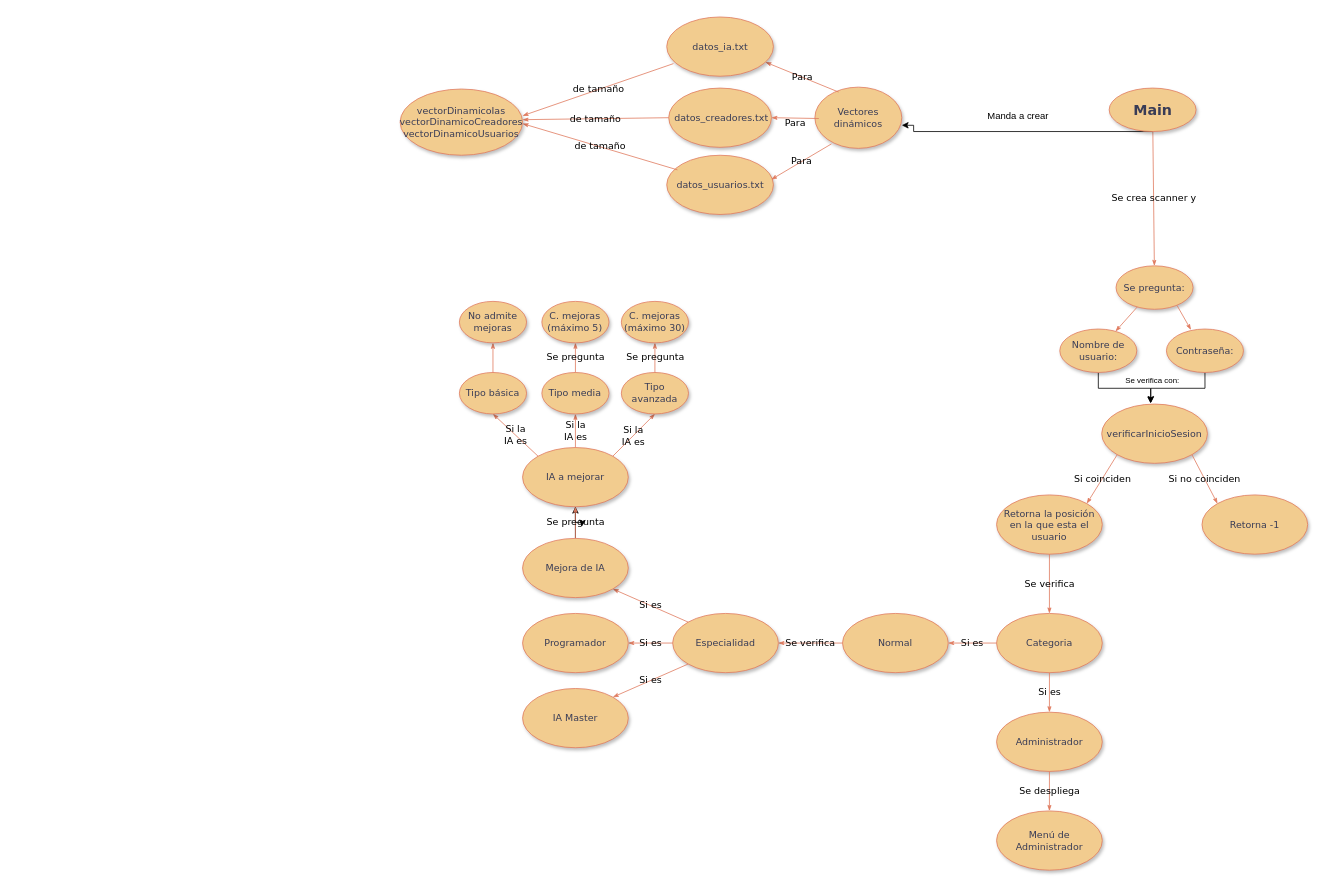
This is TallerPrograAvanzada.drawio from Charmandiox9/TallerPrograAvanzada, a draw.io file, before an edit. Source tidied: cells renumbered, new cells numbered last; positions are measured from the earlier drawing's top-left corner, leaving out a move shared by most shapes. Both pictures are drawn from the tidied source at 79%, with x=0, y=0 at pixel (400, 17).
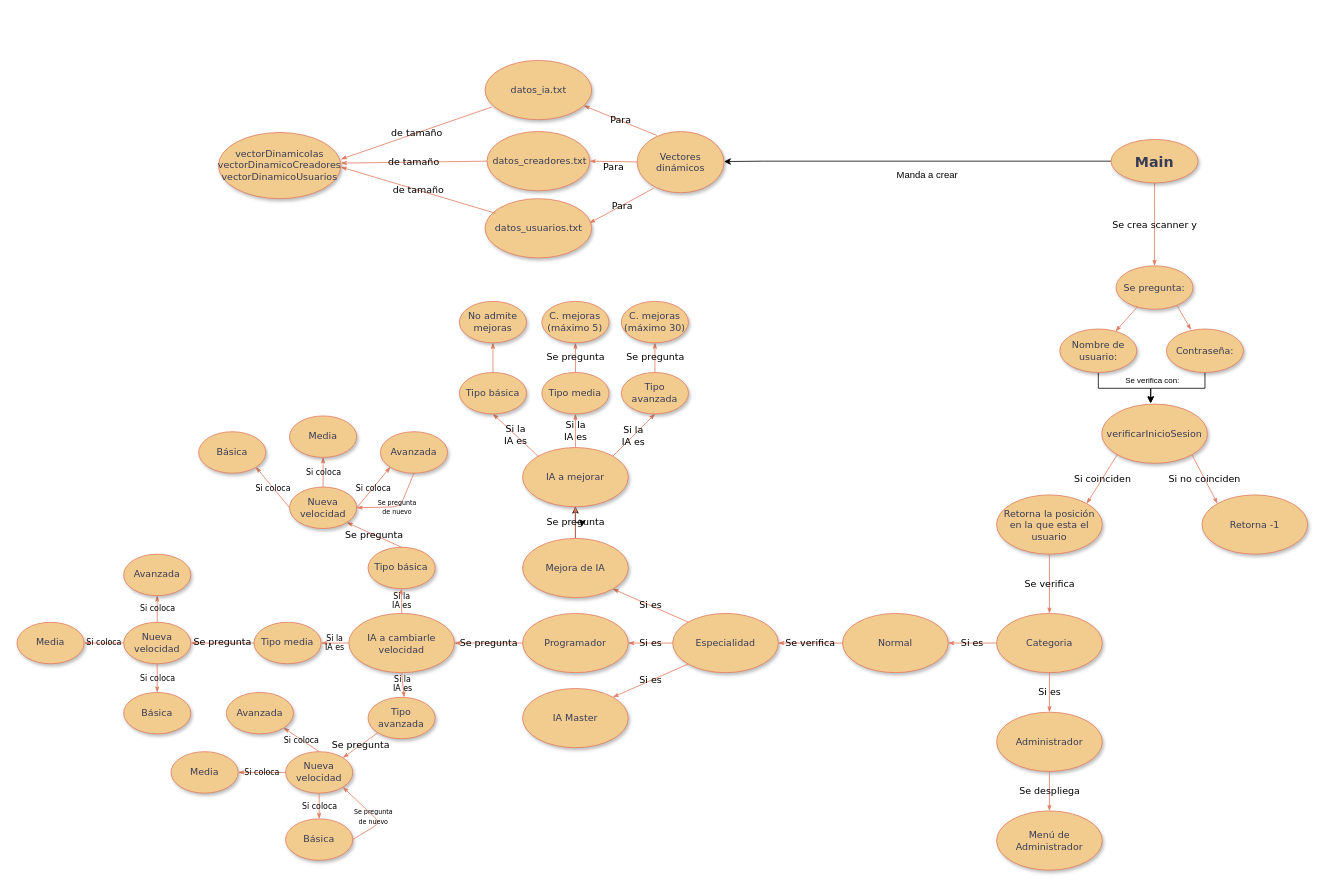
After the change.

The change refers to these unchanged cells:
```xml
<mxCell id="45" value="Programador" style="ellipse;whiteSpace=wrap;html=1;rounded=1;shadow=1;comic=0;labelBackgroundColor=none;strokeWidth=1;fontFamily=Verdana;fontSize=12;align=center;fillColor=#F2CC8F;strokeColor=#E07A5F;fontColor=#393C56;" parent="1" vertex="1">
  <mxGeometry x="155" y="755" width="133.8" height="75" as="geometry" />
</mxCell>
```

The edit, as a diff of the source:
```diff
@@
-    <mxCell id="3" style="edgeStyle=orthogonalEdgeStyle;rounded=0;jettySize=auto;html=1;entryX=1;entryY=0.623;entryDx=0;entryDy=0;entryPerimeter=0;" parent="1" edge="1" source="4" target="6">
+    <mxCell id="3" style="edgeStyle=orthogonalEdgeStyle;rounded=0;jettySize=auto;html=1;" parent="1" edge="1" source="4">
       <mxGeometry relative="1" as="geometry">
+        <mxPoint x="410" y="183" as="targetPoint" />
         <Array as="points">
-          <mxPoint x="650" y="145" />
-          <mxPoint x="650" y="137" />
+          <mxPoint x="460" y="183" />
+          <mxPoint x="460" y="183" />
         </Array>
       </mxGeometry>
     </mxCell>
     <mxCell id="4" value="&lt;font style=&quot;font-size: 18px;&quot;&gt;&lt;b&gt;Main&lt;/b&gt;&lt;/font&gt;" style="ellipse;whiteSpace=wrap;html=1;rounded=1;shadow=1;comic=0;labelBackgroundColor=none;strokeWidth=1;fontFamily=Verdana;fontSize=12;align=center;fillColor=#F2CC8F;strokeColor=#E07A5F;fontColor=#393C56;" parent="1" vertex="1">
-      <mxGeometry x="897.5" y="90" width="110" height="55" as="geometry" />
+      <mxGeometry x="900" y="155" width="110" height="55" as="geometry" />
     </mxCell>
@@
     <mxCell id="6" value="Vectores dinámicos" style="ellipse;whiteSpace=wrap;html=1;rounded=1;shadow=1;comic=0;labelBackgroundColor=none;strokeWidth=1;fontFamily=Verdana;fontSize=12;align=center;fillColor=#F2CC8F;strokeColor=#E07A5F;fontColor=#393C56;" parent="1" vertex="1">
-      <mxGeometry x="525" y="88.8" width="110" height="77.5" as="geometry" />
+      <mxGeometry x="300" y="145" width="110" height="77.5" as="geometry" />
     </mxCell>
     <mxCell id="7" value="Para" style="edgeStyle=none;rounded=1;html=1;labelBackgroundColor=none;startArrow=none;startFill=0;startSize=5;endArrow=classicThin;endFill=1;endSize=5;jettySize=auto;strokeColor=#E07A5F;strokeWidth=1;fontFamily=Verdana;fontSize=12;fontColor=default;entryX=0.926;entryY=0.763;entryDx=0;entryDy=0;entryPerimeter=0;" parent="1" edge="1" target="8">
       <mxGeometry relative="1" as="geometry">
-        <mxPoint x="555" y="95" as="sourcePoint" />
+        <mxPoint x="325" y="150" as="sourcePoint" />
       </mxGeometry>
     </mxCell>
     <mxCell id="8" value="datos_ia.txt" style="ellipse;whiteSpace=wrap;html=1;rounded=1;shadow=1;comic=0;labelBackgroundColor=none;strokeWidth=1;fontFamily=Verdana;fontSize=12;align=center;fillColor=#F2CC8F;strokeColor=#E07A5F;fontColor=#393C56;" parent="1" vertex="1">
-      <mxGeometry x="337.5" width="135" height="75" as="geometry" />
+      <mxGeometry x="107.5" y="55" width="135" height="75" as="geometry" />
     </mxCell>
     <mxCell id="9" value="&amp;nbsp;datos_creadores.txt" style="ellipse;whiteSpace=wrap;html=1;rounded=1;shadow=1;comic=0;labelBackgroundColor=none;strokeWidth=1;fontFamily=Verdana;fontSize=12;align=center;fillColor=#F2CC8F;strokeColor=#E07A5F;fontColor=#393C56;" parent="1" vertex="1">
-      <mxGeometry x="340" y="90" width="130" height="75" as="geometry" />
+      <mxGeometry x="110" y="145" width="130" height="75" as="geometry" />
     </mxCell>
     <mxCell id="10" value="datos_usuarios.txt" style="ellipse;whiteSpace=wrap;html=1;rounded=1;shadow=1;comic=0;labelBackgroundColor=none;strokeWidth=1;fontFamily=Verdana;fontSize=12;align=center;fillColor=#F2CC8F;strokeColor=#E07A5F;fontColor=#393C56;" parent="1" vertex="1">
-      <mxGeometry x="337.5" y="175" width="135" height="75" as="geometry" />
+      <mxGeometry x="107.5" y="230" width="135" height="75" as="geometry" />
     </mxCell>
     <mxCell id="11" value="Para" style="edgeStyle=none;rounded=1;html=1;labelBackgroundColor=none;startArrow=none;startFill=0;startSize=5;endArrow=classicThin;endFill=1;endSize=5;jettySize=auto;strokeColor=#E07A5F;strokeWidth=1;fontFamily=Verdana;fontSize=12;fontColor=default;entryX=1;entryY=0.5;entryDx=0;entryDy=0;" parent="1" edge="1" target="9">
       <mxGeometry y="7" relative="1" as="geometry">
-        <mxPoint x="530" y="128.5" as="sourcePoint" />
+        <mxPoint x="300" y="183.5" as="sourcePoint" />
       </mxGeometry>
     </mxCell>
     <mxCell id="12" value="Manda a crear" style="text;strokeColor=none;align=center;fillColor=none;html=1;verticalAlign=middle;whiteSpace=wrap;rounded=0;" parent="1" vertex="1">
-      <mxGeometry x="730" y="100" width="105" height="50" as="geometry" />
+      <mxGeometry x="615" y="175" width="105" height="50" as="geometry" />
     </mxCell>
@@
     <mxCell id="14" value="de tamaño" style="edgeStyle=none;rounded=1;html=1;labelBackgroundColor=none;startArrow=none;startFill=0;startSize=5;endArrow=classicThin;endFill=1;endSize=5;jettySize=auto;strokeColor=#E07A5F;strokeWidth=1;fontFamily=Verdana;fontSize=12;fontColor=default;exitX=0.1;exitY=0.247;exitDx=0;exitDy=0;exitPerimeter=0;" parent="1" edge="1" source="10">
       <mxGeometry relative="1" as="geometry">
-        <mxPoint x="155" y="135" as="targetPoint" />
+        <mxPoint x="-75" y="190" as="targetPoint" />
       </mxGeometry>
     </mxCell>
     <mxCell id="15" value="de tamaño" style="edgeStyle=none;rounded=1;html=1;labelBackgroundColor=none;startArrow=none;startFill=0;startSize=5;endArrow=classicThin;endFill=1;endSize=5;jettySize=auto;strokeColor=#E07A5F;strokeWidth=1;fontFamily=Verdana;fontSize=12;fontColor=default;exitX=0;exitY=0.5;exitDx=0;exitDy=0;" parent="1" edge="1" source="9">
       <mxGeometry relative="1" as="geometry">
-        <mxPoint x="155" y="130" as="targetPoint" />
+        <mxPoint x="-75" y="185" as="targetPoint" />
       </mxGeometry>
     </mxCell>
     <mxCell id="16" value="de tamaño" style="edgeStyle=none;rounded=1;html=1;labelBackgroundColor=none;startArrow=none;startFill=0;startSize=5;endArrow=classicThin;endFill=1;endSize=5;jettySize=auto;orthogonalLoop=1;strokeColor=#E07A5F;strokeWidth=1;fontFamily=Verdana;fontSize=12;fontColor=default;exitX=0.1;exitY=0.247;exitDx=0;exitDy=0;exitPerimeter=0;" parent="1" edge="1">
       <mxGeometry relative="1" as="geometry">
-        <mxPoint x="346" y="59" as="sourcePoint" />
-        <mxPoint x="155" y="125" as="targetPoint" />
+        <mxPoint x="116" y="114" as="sourcePoint" />
+        <mxPoint x="-75" y="180" as="targetPoint" />
       </mxGeometry>
     </mxCell>
     <mxCell id="17" value="vectorDinamicoIas&lt;br&gt;vectorDinamicoCreadores&lt;br&gt;vectorDinamicoUsuarios" style="ellipse;whiteSpace=wrap;html=1;rounded=1;shadow=1;comic=0;labelBackgroundColor=none;strokeWidth=1;fontFamily=Verdana;fontSize=12;align=center;fillColor=#F2CC8F;strokeColor=#E07A5F;fontColor=#393C56;" parent="1" vertex="1">
-      <mxGeometry y="91.2" width="155" height="83.8" as="geometry" />
+      <mxGeometry x="-230" y="146.2" width="155" height="83.8" as="geometry" />
     </mxCell>
@@
+    <mxCell id="62" value="Se pregunta" style="edgeStyle=none;rounded=1;html=1;labelBackgroundColor=none;startArrow=none;startFill=0;startSize=5;endArrow=classicThin;endFill=1;endSize=5;jettySize=auto;strokeColor=#E07A5F;strokeWidth=1;fontFamily=Verdana;fontSize=12;fontColor=default;exitX=0;exitY=0.5;exitDx=0;exitDy=0;entryX=1;entryY=0.5;entryDx=0;entryDy=0;" parent="1" edge="1" source="45" target="63">
+      <mxGeometry x="-0.01" relative="1" as="geometry" />
+    </mxCell>
+    <mxCell id="63" value="IA a cambiarle velocidad" style="ellipse;whiteSpace=wrap;html=1;rounded=1;shadow=1;comic=0;labelBackgroundColor=none;strokeWidth=1;fontFamily=Verdana;fontSize=12;align=center;fillColor=#F2CC8F;strokeColor=#E07A5F;fontColor=#393C56;" parent="1" vertex="1">
+      <mxGeometry x="-65" y="755" width="133.8" height="75" as="geometry" />
+    </mxCell>
+    <mxCell id="64" value="Tipo básica" style="ellipse;whiteSpace=wrap;html=1;rounded=1;shadow=1;comic=0;labelBackgroundColor=none;strokeWidth=1;fontFamily=Verdana;fontSize=12;align=center;fillColor=#F2CC8F;strokeColor=#E07A5F;fontColor=#393C56;" parent="1" vertex="1">
+      <mxGeometry x="-40.6" y="671.2" width="85" height="52.5" as="geometry" />
+    </mxCell>
+    <mxCell id="65" value="Tipo media" style="ellipse;whiteSpace=wrap;html=1;rounded=1;shadow=1;comic=0;labelBackgroundColor=none;strokeWidth=1;fontFamily=Verdana;fontSize=12;align=center;fillColor=#F2CC8F;strokeColor=#E07A5F;fontColor=#393C56;" parent="1" vertex="1">
+      <mxGeometry x="-185" y="766.2" width="85" height="52.5" as="geometry" />
+    </mxCell>
+    <mxCell id="66" value="Tipo avanzada" style="ellipse;whiteSpace=wrap;html=1;rounded=1;shadow=1;comic=0;labelBackgroundColor=none;strokeWidth=1;fontFamily=Verdana;fontSize=12;align=center;fillColor=#F2CC8F;strokeColor=#E07A5F;fontColor=#393C56;" parent="1" vertex="1">
+      <mxGeometry x="-40.6" y="861.2" width="85" height="52.5" as="geometry" />
+    </mxCell>
+    <mxCell id="67" value="&lt;font style=&quot;font-size: 10px;&quot;&gt;Si la &lt;br style=&quot;font-size: 10px;&quot;&gt;IA es&lt;/font&gt;" style="edgeStyle=none;rounded=1;html=1;labelBackgroundColor=none;startArrow=none;startFill=0;startSize=5;endArrow=classicThin;endFill=1;endSize=5;jettySize=auto;strokeColor=#E07A5F;strokeWidth=1;fontFamily=Verdana;fontSize=10;fontColor=default;exitX=0.5;exitY=0;exitDx=0;exitDy=0;entryX=0.5;entryY=1;entryDx=0;entryDy=0;" parent="1" edge="1" source="63" target="64">
+      <mxGeometry relative="1" as="geometry">
+        <Array as="points">
+          <mxPoint x="1.7" y="725" />
+        </Array>
+      </mxGeometry>
+    </mxCell>
+    <mxCell id="68" value="&lt;font style=&quot;font-size: 10px;&quot;&gt;Si la &lt;br style=&quot;font-size: 10px;&quot;&gt;IA es&lt;/font&gt;" style="edgeStyle=none;rounded=1;html=1;labelBackgroundColor=none;startArrow=none;startFill=0;startSize=5;endArrow=classicThin;endFill=1;endSize=5;jettySize=auto;strokeColor=#E07A5F;strokeWidth=1;fontFamily=Verdana;fontSize=10;fontColor=default;entryX=1;entryY=0.5;entryDx=0;entryDy=0;exitX=0;exitY=0.5;exitDx=0;exitDy=0;" parent="1" edge="1" source="63" target="65">
+      <mxGeometry relative="1" as="geometry" />
+    </mxCell>
+    <mxCell id="69" value="&lt;font style=&quot;font-size: 10px;&quot;&gt;Si la &lt;br style=&quot;font-size: 10px;&quot;&gt;IA es&lt;/font&gt;" style="edgeStyle=none;rounded=1;html=1;labelBackgroundColor=none;startArrow=none;startFill=0;startSize=5;endArrow=classicThin;endFill=1;endSize=5;jettySize=auto;strokeColor=#E07A5F;strokeWidth=1;fontFamily=Verdana;fontSize=10;fontColor=default;exitX=0.5;exitY=1;exitDx=0;exitDy=0;" parent="1" edge="1" source="63" target="66">
+      <mxGeometry x="-0.14" relative="1" as="geometry" />
+    </mxCell>
+    <mxCell id="70" value="Se pregunta" style="edgeStyle=none;rounded=1;html=1;labelBackgroundColor=none;startArrow=none;startFill=0;startSize=5;endArrow=classicThin;endFill=1;endSize=5;jettySize=auto;strokeColor=#E07A5F;strokeWidth=1;fontFamily=Verdana;fontSize=12;fontColor=default;exitX=0.5;exitY=0;exitDx=0;exitDy=0;entryX=1;entryY=1;entryDx=0;entryDy=0;" parent="1" edge="1" source="64" target="71">
+      <mxGeometry x="-0.01" relative="1" as="geometry" />
+    </mxCell>
+    <mxCell id="71" value="Nueva velocidad" style="ellipse;whiteSpace=wrap;html=1;rounded=1;shadow=1;comic=0;labelBackgroundColor=none;strokeWidth=1;fontFamily=Verdana;fontSize=12;align=center;fillColor=#F2CC8F;strokeColor=#E07A5F;fontColor=#393C56;" parent="1" vertex="1">
+      <mxGeometry x="-140" y="595" width="85" height="52.5" as="geometry" />
+    </mxCell>
+    <mxCell id="72" value="Si coloca" style="edgeStyle=none;rounded=1;html=1;labelBackgroundColor=none;startArrow=none;startFill=0;startSize=5;endArrow=classicThin;endFill=1;endSize=5;jettySize=auto;strokeColor=#E07A5F;strokeWidth=1;fontFamily=Verdana;fontSize=10;fontColor=default;exitX=0;exitY=0.5;exitDx=0;exitDy=0;entryX=1;entryY=1;entryDx=0;entryDy=0;" parent="1" edge="1" source="71" target="75">
+      <mxGeometry relative="1" as="geometry" />
+    </mxCell>
+    <mxCell id="73" value="Si coloca" style="edgeStyle=none;rounded=1;html=1;labelBackgroundColor=none;startArrow=none;startFill=0;startSize=5;endArrow=classicThin;endFill=1;endSize=5;jettySize=auto;strokeColor=#E07A5F;strokeWidth=1;fontFamily=Verdana;fontSize=10;fontColor=default;exitX=0.5;exitY=0;exitDx=0;exitDy=0;entryX=0.5;entryY=1;entryDx=0;entryDy=0;" parent="1" edge="1" source="71" target="77">
+      <mxGeometry relative="1" as="geometry" />
+    </mxCell>
+    <mxCell id="74" value="Si coloca" style="edgeStyle=none;rounded=1;html=1;labelBackgroundColor=none;startArrow=none;startFill=0;startSize=5;endArrow=classicThin;endFill=1;endSize=5;jettySize=auto;strokeColor=#E07A5F;strokeWidth=1;fontFamily=Verdana;fontSize=10;fontColor=default;exitX=1;exitY=0.5;exitDx=0;exitDy=0;entryX=0;entryY=1;entryDx=0;entryDy=0;" parent="1" edge="1" source="71" target="76">
+      <mxGeometry relative="1" as="geometry" />
+    </mxCell>
+    <mxCell id="75" value="Básica" style="ellipse;whiteSpace=wrap;html=1;rounded=1;shadow=1;comic=0;labelBackgroundColor=none;strokeWidth=1;fontFamily=Verdana;fontSize=12;align=center;fillColor=#F2CC8F;strokeColor=#E07A5F;fontColor=#393C56;" parent="1" vertex="1">
+      <mxGeometry x="-255" y="525" width="85" height="52.5" as="geometry" />
+    </mxCell>
+    <mxCell id="76" value="Avanzada" style="ellipse;whiteSpace=wrap;html=1;rounded=1;shadow=1;comic=0;labelBackgroundColor=none;strokeWidth=1;fontFamily=Verdana;fontSize=12;align=center;fillColor=#F2CC8F;strokeColor=#E07A5F;fontColor=#393C56;" parent="1" vertex="1">
+      <mxGeometry x="-25" y="525" width="85" height="52.5" as="geometry" />
+    </mxCell>
+    <mxCell id="77" value="Media" style="ellipse;whiteSpace=wrap;html=1;rounded=1;shadow=1;comic=0;labelBackgroundColor=none;strokeWidth=1;fontFamily=Verdana;fontSize=12;align=center;fillColor=#F2CC8F;strokeColor=#E07A5F;fontColor=#393C56;" parent="1" vertex="1">
+      <mxGeometry x="-140" y="505" width="85" height="52.5" as="geometry" />
+    </mxCell>
+    <mxCell id="78" value="&lt;font style=&quot;font-size: 8px;&quot;&gt;Se pregunta &lt;br&gt;de nuevo&lt;/font&gt;" style="edgeStyle=none;rounded=1;html=1;labelBackgroundColor=none;startArrow=none;startFill=0;startSize=5;endArrow=classicThin;endFill=1;endSize=5;jettySize=auto;strokeColor=#E07A5F;strokeWidth=1;fontFamily=Verdana;fontSize=10;fontColor=default;exitX=0.5;exitY=1;exitDx=0;exitDy=0;entryX=1;entryY=0.5;entryDx=0;entryDy=0;" parent="1" edge="1" source="76" target="71">
+      <mxGeometry relative="1" as="geometry">
+        <Array as="points">
+          <mxPoint y="620" />
+        </Array>
+      </mxGeometry>
+    </mxCell>
+    <mxCell id="79" value="Se pregunta" style="edgeStyle=none;rounded=1;html=1;labelBackgroundColor=none;startArrow=none;startFill=0;startSize=5;endArrow=classicThin;endFill=1;endSize=5;jettySize=auto;strokeColor=#E07A5F;strokeWidth=1;fontFamily=Verdana;fontSize=12;fontColor=default;exitX=0;exitY=0.5;exitDx=0;exitDy=0;entryX=1;entryY=0.5;entryDx=0;entryDy=0;" parent="1" edge="1" source="65" target="80">
+      <mxGeometry x="-0.01" relative="1" as="geometry" />
+    </mxCell>
+    <mxCell id="80" value="Nueva velocidad" style="ellipse;whiteSpace=wrap;html=1;rounded=1;shadow=1;comic=0;labelBackgroundColor=none;strokeWidth=1;fontFamily=Verdana;fontSize=12;align=center;fillColor=#F2CC8F;strokeColor=#E07A5F;fontColor=#393C56;" parent="1" vertex="1">
+      <mxGeometry x="-350" y="766.2" width="85" height="52.5" as="geometry" />
+    </mxCell>
+    <mxCell id="81" value="Si coloca" style="edgeStyle=none;rounded=1;html=1;labelBackgroundColor=none;startArrow=none;startFill=0;startSize=5;endArrow=classicThin;endFill=1;endSize=5;jettySize=auto;strokeColor=#E07A5F;strokeWidth=1;fontFamily=Verdana;fontSize=10;fontColor=default;exitX=0.5;exitY=1;exitDx=0;exitDy=0;entryX=0.5;entryY=0;entryDx=0;entryDy=0;" parent="1" edge="1" source="80" target="86">
+      <mxGeometry relative="1" as="geometry" />
+    </mxCell>
+    <mxCell id="82" value="Si coloca" style="edgeStyle=none;rounded=1;html=1;labelBackgroundColor=none;startArrow=none;startFill=0;startSize=5;endArrow=classicThin;endFill=1;endSize=5;jettySize=auto;strokeColor=#E07A5F;strokeWidth=1;fontFamily=Verdana;fontSize=10;fontColor=default;exitX=0;exitY=0.5;exitDx=0;exitDy=0;entryX=1;entryY=0.5;entryDx=0;entryDy=0;" parent="1" edge="1" source="80" target="85">
+      <mxGeometry relative="1" as="geometry" />
+    </mxCell>
+    <mxCell id="83" value="Si coloca" style="edgeStyle=none;rounded=1;html=1;labelBackgroundColor=none;startArrow=none;startFill=0;startSize=5;endArrow=classicThin;endFill=1;endSize=5;jettySize=auto;strokeColor=#E07A5F;strokeWidth=1;fontFamily=Verdana;fontSize=10;fontColor=default;exitX=0.5;exitY=0;exitDx=0;exitDy=0;entryX=0.5;entryY=1;entryDx=0;entryDy=0;" parent="1" edge="1" source="80" target="84">
+      <mxGeometry relative="1" as="geometry" />
+    </mxCell>
+    <mxCell id="84" value="Avanzada" style="ellipse;whiteSpace=wrap;html=1;rounded=1;shadow=1;comic=0;labelBackgroundColor=none;strokeWidth=1;fontFamily=Verdana;fontSize=12;align=center;fillColor=#F2CC8F;strokeColor=#E07A5F;fontColor=#393C56;" parent="1" vertex="1">
+      <mxGeometry x="-350" y="680" width="85" height="52.5" as="geometry" />
+    </mxCell>
+    <mxCell id="85" value="Media" style="ellipse;whiteSpace=wrap;html=1;rounded=1;shadow=1;comic=0;labelBackgroundColor=none;strokeWidth=1;fontFamily=Verdana;fontSize=12;align=center;fillColor=#F2CC8F;strokeColor=#E07A5F;fontColor=#393C56;" parent="1" vertex="1">
+      <mxGeometry x="-485" y="766.2" width="85" height="52.5" as="geometry" />
+    </mxCell>
+    <mxCell id="86" value="Básica" style="ellipse;whiteSpace=wrap;html=1;rounded=1;shadow=1;comic=0;labelBackgroundColor=none;strokeWidth=1;fontFamily=Verdana;fontSize=12;align=center;fillColor=#F2CC8F;strokeColor=#E07A5F;fontColor=#393C56;" parent="1" vertex="1">
+      <mxGeometry x="-350" y="855" width="85" height="52.5" as="geometry" />
+    </mxCell>
+    <mxCell id="87" value="Se pregunta" style="edgeStyle=none;rounded=1;html=1;labelBackgroundColor=none;startArrow=none;startFill=0;startSize=5;endArrow=classicThin;endFill=1;endSize=5;jettySize=auto;strokeColor=#E07A5F;strokeWidth=1;fontFamily=Verdana;fontSize=12;fontColor=default;exitX=0;exitY=1;exitDx=0;exitDy=0;entryX=1;entryY=0;entryDx=0;entryDy=0;" parent="1" edge="1" source="66" target="88">
+      <mxGeometry x="-0.01" relative="1" as="geometry" />
+    </mxCell>
+    <mxCell id="88" value="Nueva velocidad" style="ellipse;whiteSpace=wrap;html=1;rounded=1;shadow=1;comic=0;labelBackgroundColor=none;strokeWidth=1;fontFamily=Verdana;fontSize=12;align=center;fillColor=#F2CC8F;strokeColor=#E07A5F;fontColor=#393C56;" parent="1" vertex="1">
+      <mxGeometry x="-145" y="930" width="85" height="52.5" as="geometry" />
+    </mxCell>
+    <mxCell id="89" value="Si coloca" style="edgeStyle=none;rounded=1;html=1;labelBackgroundColor=none;startArrow=none;startFill=0;startSize=5;endArrow=classicThin;endFill=1;endSize=5;jettySize=auto;strokeColor=#E07A5F;strokeWidth=1;fontFamily=Verdana;fontSize=10;fontColor=default;exitX=0.5;exitY=0;exitDx=0;exitDy=0;entryX=1;entryY=1;entryDx=0;entryDy=0;" parent="1" edge="1" source="88" target="94">
+      <mxGeometry relative="1" as="geometry" />
+    </mxCell>
+    <mxCell id="90" value="Si coloca" style="edgeStyle=none;rounded=1;html=1;labelBackgroundColor=none;startArrow=none;startFill=0;startSize=5;endArrow=classicThin;endFill=1;endSize=5;jettySize=auto;strokeColor=#E07A5F;strokeWidth=1;fontFamily=Verdana;fontSize=10;fontColor=default;exitX=0;exitY=0.5;exitDx=0;exitDy=0;entryX=1;entryY=0.5;entryDx=0;entryDy=0;" parent="1" edge="1" source="88" target="93">
+      <mxGeometry x="0.01" relative="1" as="geometry" />
+    </mxCell>
+    <mxCell id="91" value="Si coloca" style="edgeStyle=none;rounded=1;html=1;labelBackgroundColor=none;startArrow=none;startFill=0;startSize=5;endArrow=classicThin;endFill=1;endSize=5;jettySize=auto;strokeColor=#E07A5F;strokeWidth=1;fontFamily=Verdana;fontSize=10;fontColor=default;exitX=0.5;exitY=1;exitDx=0;exitDy=0;entryX=0.5;entryY=0;entryDx=0;entryDy=0;" parent="1" edge="1" source="88" target="92">
+      <mxGeometry relative="1" as="geometry" />
+    </mxCell>
+    <mxCell id="92" value="Básica" style="ellipse;whiteSpace=wrap;html=1;rounded=1;shadow=1;comic=0;labelBackgroundColor=none;strokeWidth=1;fontFamily=Verdana;fontSize=12;align=center;fillColor=#F2CC8F;strokeColor=#E07A5F;fontColor=#393C56;" parent="1" vertex="1">
+      <mxGeometry x="-145" y="1015" width="85" height="52.5" as="geometry" />
+    </mxCell>
+    <mxCell id="93" value="Media" style="ellipse;whiteSpace=wrap;html=1;rounded=1;shadow=1;comic=0;labelBackgroundColor=none;strokeWidth=1;fontFamily=Verdana;fontSize=12;align=center;fillColor=#F2CC8F;strokeColor=#E07A5F;fontColor=#393C56;" parent="1" vertex="1">
+      <mxGeometry x="-290" y="930" width="85" height="52.5" as="geometry" />
+    </mxCell>
+    <mxCell id="94" value="Avanzada" style="ellipse;whiteSpace=wrap;html=1;rounded=1;shadow=1;comic=0;labelBackgroundColor=none;strokeWidth=1;fontFamily=Verdana;fontSize=12;align=center;fillColor=#F2CC8F;strokeColor=#E07A5F;fontColor=#393C56;" parent="1" vertex="1">
+      <mxGeometry x="-220" y="855" width="85" height="52.5" as="geometry" />
+    </mxCell>
+    <mxCell id="95" value="&lt;font style=&quot;font-size: 8px;&quot;&gt;Se pregunta&lt;br&gt;de nuevo&lt;/font&gt;" style="edgeStyle=none;rounded=1;html=1;labelBackgroundColor=none;startArrow=none;startFill=0;startSize=5;endArrow=classicThin;endFill=1;endSize=5;jettySize=auto;strokeColor=#E07A5F;strokeWidth=1;fontFamily=Verdana;fontSize=10;fontColor=default;entryX=1;entryY=1;entryDx=0;entryDy=0;exitX=1;exitY=0.5;exitDx=0;exitDy=0;" parent="1" edge="1" source="92" target="88">
+      <mxGeometry relative="1" as="geometry">
+        <Array as="points">
+          <mxPoint x="-25" y="1020" />
+        </Array>
+      </mxGeometry>
+    </mxCell>
```
